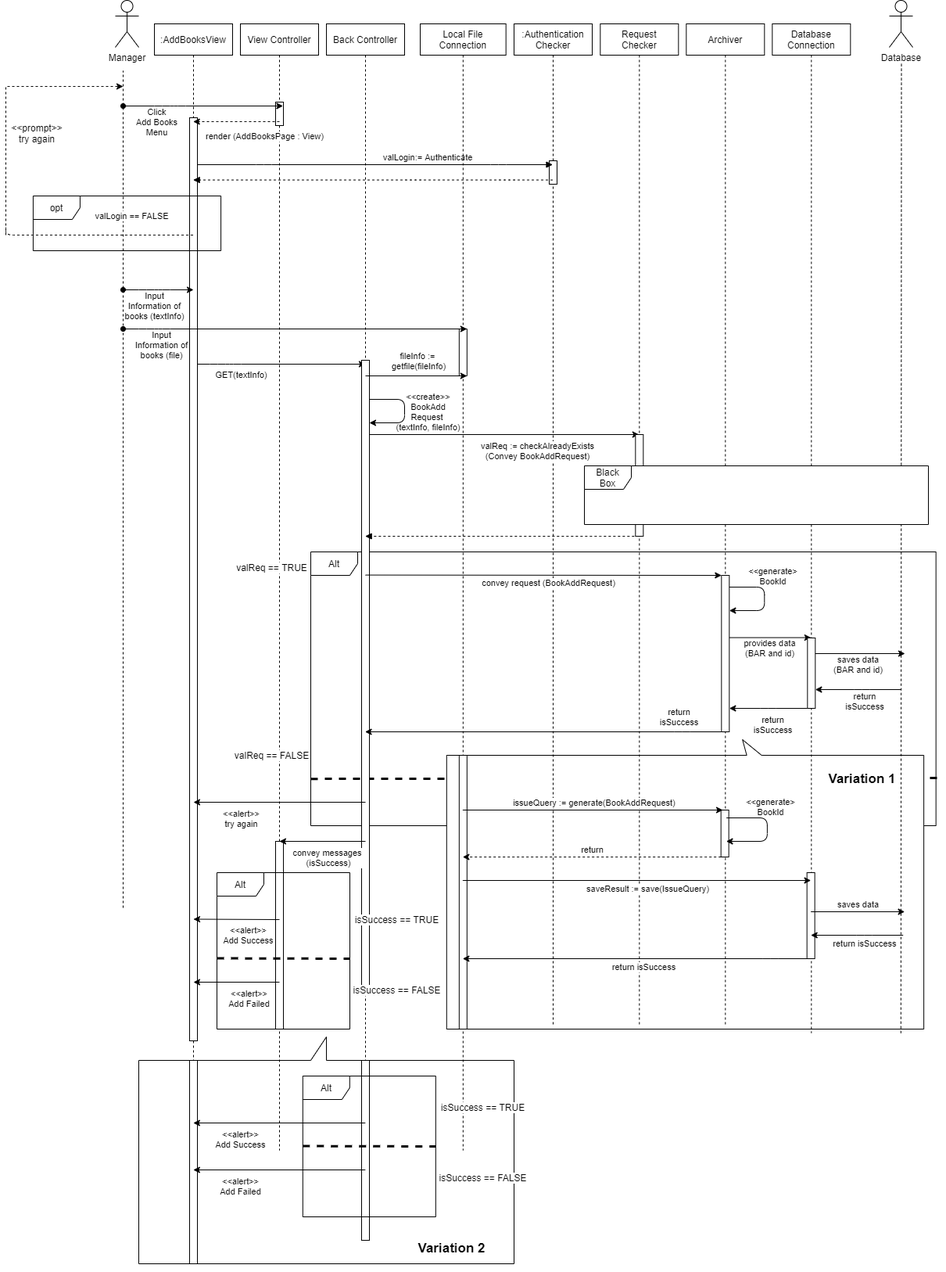
youngkwon02/Enhanced-library-management keeps this draw.io diagram as docs/SequenceDiagram/diagram_images/SD-UC-03.png. Above is the earlier version. Source tidied: cells renumbered, new cells last; positions are measured from the earlier drawing's top-left corner, leaving out a move shared by most shapes.
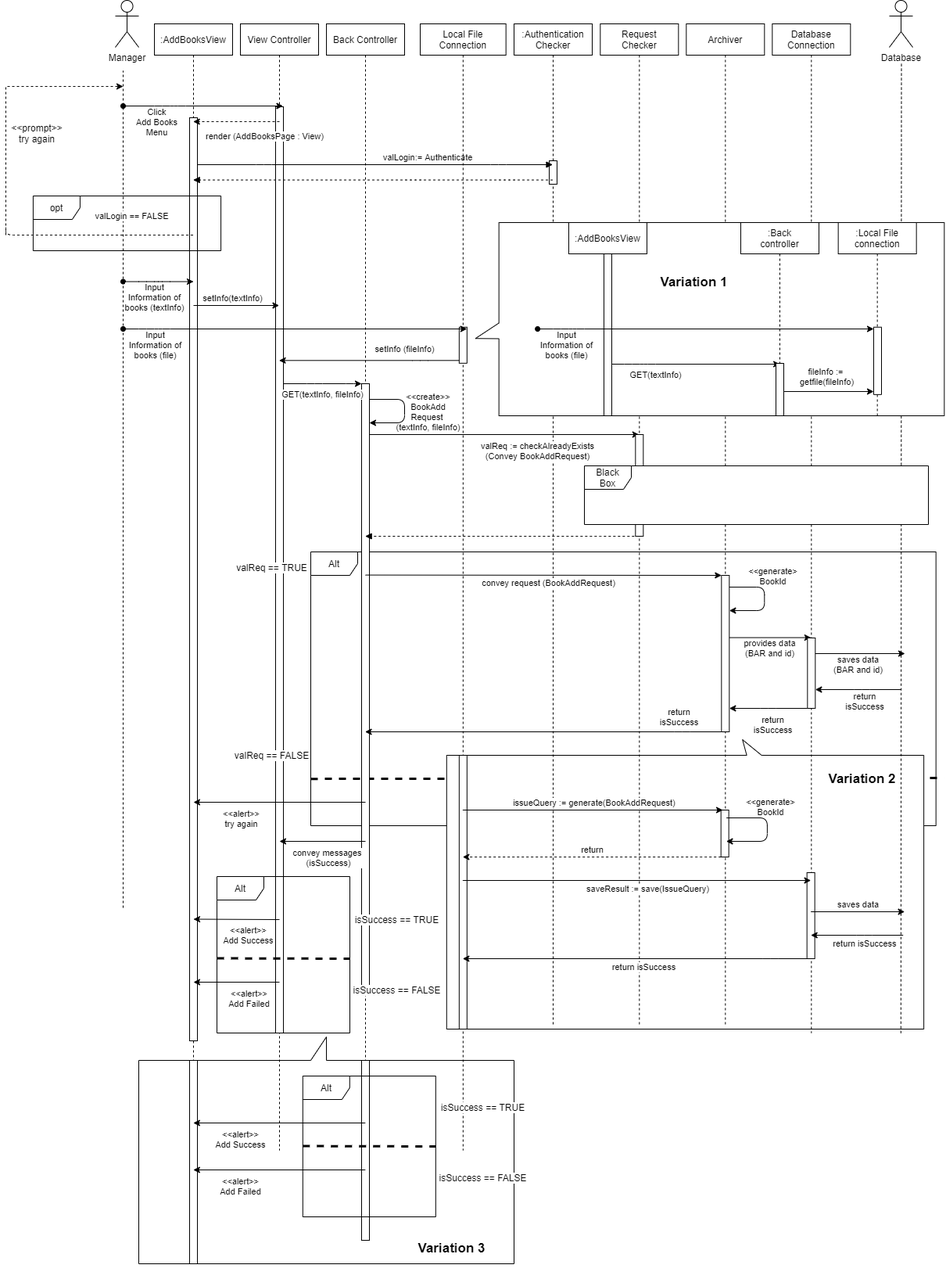
After the commit.

Diff of the diagram source:
```diff
@@ -16,21 +16,6 @@
     <mxCell id="5" style="shape=callout;whiteSpace=wrap;html=1;perimeter=calloutPerimeter;fontSize=17;fillColor=#ffffff;rotation=-180;" parent="1" vertex="1">
       <mxGeometry x="170" y="1325" width="480" height="290" as="geometry" />
     </mxCell>
-    <mxCell id="6" style="endArrow=classic;html=1;startArrow=none;startFill=0;strokeWidth=1;" parent="1" edge="1">
-      <mxGeometry relative="1" as="geometry">
-        <mxPoint x="240.1" y="465" as="sourcePoint" />
-        <mxPoint x="459.9" y="465" as="targetPoint" />
-        <Array as="points">
-          <mxPoint x="270.9" y="465" />
-          <mxPoint x="290.9" y="465" />
-        </Array>
-      </mxGeometry>
-    </mxCell>
-    <mxCell id="7" value="GET(textInfo)" style="edgeLabel;html=1;align=center;verticalAlign=middle;labelBorderColor=none;labelBackgroundColor=#ffffff;" parent="6" vertex="1">
-      <mxGeometry x="-0.17" y="-1" relative="1" as="geometry">
-        <mxPoint x="-32" y="12" as="offset" />
-      </mxGeometry>
-    </mxCell>
     <mxCell id="8" value=":Authentication&#10;Checker" style="shape=umlLifeline;perimeter=lifelinePerimeter;rounded=0;shadow=0;strokeWidth=1;" parent="1" vertex="1">
       <mxGeometry x="650" y="30" width="100" height="1280" as="geometry" />
     </mxCell>
@@ -50,11 +35,8 @@
       <mxGeometry x="300" y="30" width="100" height="1440" as="geometry" />
     </mxCell>
     <mxCell id="14" style="perimeter=orthogonalPerimeter;rounded=0;shadow=0;strokeWidth=1;" parent="13" vertex="1">
-      <mxGeometry x="45" y="100" width="10" height="30" as="geometry" />
+      <mxGeometry x="45" y="106" width="10" height="1184" as="geometry" />
     </mxCell>
-    <mxCell id="15" style="perimeter=orthogonalPerimeter;rounded=0;shadow=0;strokeWidth=1;" parent="13" vertex="1">
-      <mxGeometry x="45" y="1045" width="10" height="240" as="geometry" />
-    </mxCell>
     <mxCell id="16" value="valReq == FALSE" style="text;html=1;strokeColor=none;fillColor=none;align=center;verticalAlign=middle;rounded=0;labelBackgroundColor=#ffffff;" parent="13" vertex="1">
       <mxGeometry x="-30" y="905" width="140" height="60" as="geometry" />
     </mxCell>
@@ -75,7 +57,7 @@
       <mxGeometry x="410" y="30" width="100" height="1440" as="geometry" />
     </mxCell>
     <mxCell id="20" style="perimeter=orthogonalPerimeter;rounded=0;shadow=0;strokeWidth=1;" parent="19" vertex="1">
-      <mxGeometry x="45" y="430" width="10" height="805" as="geometry" />
+      <mxGeometry x="45" y="460" width="10" height="775" as="geometry" />
     </mxCell>
     <mxCell id="21" style="perimeter=orthogonalPerimeter;rounded=0;shadow=0;strokeWidth=1;" parent="19" vertex="1">
       <mxGeometry x="45" y="1325" width="10" height="230" as="geometry" />
@@ -84,9 +66,9 @@
       <mxGeometry x="530" y="30" width="109.7" height="1440" as="geometry" />
     </mxCell>
     <mxCell id="23" style="perimeter=orthogonalPerimeter;rounded=0;shadow=0;strokeWidth=1;direction=south;rotation=90;" parent="22" vertex="1">
-      <mxGeometry x="24.8" y="415" width="60" height="10" as="geometry" />
+      <mxGeometry x="31.8" y="405.8" width="46.1" height="10" as="geometry" />
     </mxCell>
-    <mxCell id="24" value="Variation 2" style="text;html=1;strokeColor=none;fillColor=none;align=center;verticalAlign=middle;rounded=0;labelBackgroundColor=#ffffff;fontSize=17;fontStyle=1;" parent="22" vertex="1">
+    <mxCell id="24" value="Variation 3" style="text;html=1;strokeColor=none;fillColor=none;align=center;verticalAlign=middle;rounded=0;labelBackgroundColor=#ffffff;fontSize=17;fontStyle=1;" parent="22" vertex="1">
       <mxGeometry x="-30.3" y="1535" width="140" height="60" as="geometry" />
     </mxCell>
     <mxCell id="25" style="perimeter=orthogonalPerimeter;rounded=0;shadow=0;strokeWidth=1;" parent="22" vertex="1">
@@ -109,11 +91,11 @@
     </mxCell>
     <mxCell id="28" style="endArrow=classic;html=1;startArrow=oval;startFill=1;" parent="1" edge="1">
       <mxGeometry relative="1" as="geometry">
-        <mxPoint x="150" y="370" as="sourcePoint" />
-        <mxPoint x="240" y="370" as="targetPoint" />
+        <mxPoint x="150" y="359.5" as="sourcePoint" />
+        <mxPoint x="240" y="359.5" as="targetPoint" />
         <Array as="points">
-          <mxPoint x="180" y="370" />
-          <mxPoint x="200" y="370" />
+          <mxPoint x="180" y="359.5" />
+          <mxPoint x="200" y="359.5" />
         </Array>
       </mxGeometry>
     </mxCell>
@@ -140,20 +122,9 @@
     </mxCell>
     <mxCell id="32" value="Input&lt;br&gt;Information of&lt;br&gt;books (file)" style="edgeLabel;html=1;align=center;verticalAlign=middle;" parent="31" vertex="1">
       <mxGeometry x="-0.17" y="-1" relative="1" as="geometry">
-        <mxPoint x="-135" y="19" as="offset" />
+        <mxPoint x="-143" y="19" as="offset" />
       </mxGeometry>
     </mxCell>
-    <mxCell id="33" style="endArrow=classic;html=1;" parent="1" edge="1">
-      <mxGeometry relative="1" as="geometry">
-        <mxPoint x="460" y="480" as="sourcePoint" />
-        <mxPoint x="589.8" y="480" as="targetPoint" />
-      </mxGeometry>
-    </mxCell>
-    <mxCell id="34" value="fileInfo := &lt;br&gt;getfile(fileInfo)" style="edgeLabel;html=1;align=center;verticalAlign=middle;" parent="33" vertex="1">
-      <mxGeometry x="0.85" y="-1" relative="1" as="geometry">
-        <mxPoint x="-52" y="-21" as="offset" />
-      </mxGeometry>
-    </mxCell>
     <mxCell id="35" style="endArrow=classic;html=1;edgeStyle=orthogonalEdgeStyle;" parent="1" edge="1">
       <mxGeometry relative="1" as="geometry">
         <mxPoint x="465" y="510" as="sourcePoint" />
@@ -394,7 +365,7 @@
       </mxGeometry>
     </mxCell>
     <mxCell id="80" value="Alt" style="shape=umlFrame;whiteSpace=wrap;html=1;labelBackgroundColor=#ffffff;fillColor=#FFFFFF;gradientColor=none;" parent="1" vertex="1">
-      <mxGeometry x="270" y="1115" width="170" height="200" as="geometry" />
+      <mxGeometry x="270" y="1120" width="170" height="200" as="geometry" />
     </mxCell>
     <mxCell id="81" style="endArrow=none;dashed=1;html=1;strokeWidth=3;" parent="1" edge="1">
       <mxGeometry relative="1" as="geometry">
@@ -486,7 +457,7 @@
         <mxPoint x="-71" y="13" as="offset" />
       </mxGeometry>
     </mxCell>
-    <mxCell id="98" value="Variation 1" style="text;html=1;strokeColor=none;fillColor=none;align=center;verticalAlign=middle;rounded=0;labelBackgroundColor=#ffffff;fontSize=17;fontStyle=1;" parent="1" vertex="1">
+    <mxCell id="98" value="Variation 2" style="text;html=1;strokeColor=none;fillColor=none;align=center;verticalAlign=middle;rounded=0;labelBackgroundColor=#ffffff;fontSize=17;fontStyle=1;" parent="1" vertex="1">
       <mxGeometry x="1024.7" y="965" width="140" height="60" as="geometry" />
     </mxCell>
     <mxCell id="99" style="endArrow=classic;html=1;dashed=1;" parent="1" edge="1">
@@ -555,5 +526,108 @@
     <mxCell id="109" value="valLogin == FALSE" style="edgeLabel;html=1;align=center;verticalAlign=middle;" parent="1" vertex="1">
       <mxGeometry x="160" y="275" as="geometry" />
     </mxCell>
+    <mxCell id="110" style="shape=callout;whiteSpace=wrap;html=1;perimeter=calloutPerimeter;position2=0.6;size=30;position=0.52;base=20;rotation=-180;direction=north;" parent="1" vertex="1">
+      <mxGeometry x="600.7" y="284" width="599.7" height="247" as="geometry" />
+    </mxCell>
+    <mxCell id="111" style="endArrow=classic;html=1;startArrow=none;startFill=0;strokeWidth=1;" parent="1" edge="1">
+      <mxGeometry relative="1" as="geometry">
+        <mxPoint x="770.3" y="465" as="sourcePoint" />
+        <mxPoint x="990.1" y="465" as="targetPoint" />
+        <Array as="points">
+          <mxPoint x="801.1" y="465" />
+          <mxPoint x="821.1" y="465" />
+        </Array>
+      </mxGeometry>
+    </mxCell>
+    <mxCell id="112" value="GET(textInfo)" style="edgeLabel;html=1;align=center;verticalAlign=middle;labelBorderColor=none;labelBackgroundColor=#ffffff;" parent="111" vertex="1">
+      <mxGeometry x="-0.17" y="-1" relative="1" as="geometry">
+        <mxPoint x="-32" y="12" as="offset" />
+      </mxGeometry>
+    </mxCell>
+    <mxCell id="113" style="endArrow=classic;html=1;" parent="1" edge="1">
+      <mxGeometry relative="1" as="geometry">
+        <mxPoint x="990.2" y="500" as="sourcePoint" />
+        <mxPoint x="1110" y="500" as="targetPoint" />
+      </mxGeometry>
+    </mxCell>
+    <mxCell id="34" value="fileInfo := &lt;br&gt;getfile(fileInfo)" style="edgeLabel;html=1;align=center;verticalAlign=middle;" parent="113" vertex="1">
+      <mxGeometry x="0.85" y="-1" relative="1" as="geometry">
+        <mxPoint x="-52" y="-21" as="offset" />
+      </mxGeometry>
+    </mxCell>
+    <mxCell id="114" value=":AddBooksView" style="shape=umlLifeline;perimeter=lifelinePerimeter;rounded=0;shadow=0;strokeWidth=1;" parent="1" vertex="1">
+      <mxGeometry x="720" y="284" width="100" height="247" as="geometry" />
+    </mxCell>
+    <mxCell id="115" style="perimeter=orthogonalPerimeter;rounded=0;shadow=0;strokeWidth=1;" parent="114" vertex="1">
+      <mxGeometry x="45" y="40" width="10" height="207" as="geometry" />
+    </mxCell>
+    <mxCell id="116" style="endArrow=classic;html=1;startArrow=oval;startFill=1;" parent="1" edge="1">
+      <mxGeometry relative="1" as="geometry">
+        <mxPoint x="680.2" y="420" as="sourcePoint" />
+        <mxPoint x="1110" y="420" as="targetPoint" />
+        <Array as="points">
+          <mxPoint x="710.2" y="420" />
+          <mxPoint x="730.2" y="420" />
+        </Array>
+      </mxGeometry>
+    </mxCell>
+    <mxCell id="117" value="Input&lt;br&gt;Information of&lt;br&gt;books (file)" style="edgeLabel;html=1;align=center;verticalAlign=middle;" parent="116" vertex="1">
+      <mxGeometry x="-0.17" y="-1" relative="1" as="geometry">
+        <mxPoint x="-143" y="19" as="offset" />
+      </mxGeometry>
+    </mxCell>
+    <mxCell id="118" value=":Back&#10;controller" style="shape=umlLifeline;perimeter=lifelinePerimeter;rounded=0;shadow=0;strokeWidth=1;" parent="1" vertex="1">
+      <mxGeometry x="940" y="284" width="100" height="247" as="geometry" />
+    </mxCell>
+    <mxCell id="119" style="perimeter=orthogonalPerimeter;rounded=0;shadow=0;strokeWidth=1;" parent="118" vertex="1">
+      <mxGeometry x="45" y="180" width="10" height="67" as="geometry" />
+    </mxCell>
+    <mxCell id="120" value=":Local File&#10;connection" style="shape=umlLifeline;perimeter=lifelinePerimeter;rounded=0;shadow=0;strokeWidth=1;" parent="1" vertex="1">
+      <mxGeometry x="1064.7" y="284" width="100" height="247" as="geometry" />
+    </mxCell>
+    <mxCell id="121" style="perimeter=orthogonalPerimeter;rounded=0;shadow=0;strokeWidth=1;direction=south;rotation=90;" parent="1" vertex="1">
+      <mxGeometry x="1072" y="455.8" width="86.1" height="10" as="geometry" />
+    </mxCell>
+    <mxCell id="122" value="Variation 1" style="text;html=1;strokeColor=none;fillColor=none;align=center;verticalAlign=middle;rounded=0;labelBackgroundColor=#ffffff;fontSize=17;fontStyle=1;" parent="1" vertex="1">
+      <mxGeometry x="810" y="330" width="140" height="60" as="geometry" />
+    </mxCell>
+    <mxCell id="6" style="endArrow=classic;html=1;startArrow=none;startFill=0;strokeWidth=1;" parent="1" edge="1">
+      <mxGeometry relative="1" as="geometry">
+        <mxPoint x="354.5" y="490" as="sourcePoint" />
+        <mxPoint x="455" y="490" as="targetPoint" />
+        <Array as="points">
+          <mxPoint x="395" y="490" />
+          <mxPoint x="445" y="490" />
+        </Array>
+      </mxGeometry>
+    </mxCell>
+    <mxCell id="7" value="GET(textInfo, fileInfo)" style="edgeLabel;html=1;align=center;verticalAlign=middle;labelBorderColor=none;labelBackgroundColor=#ffffff;" parent="6" vertex="1">
+      <mxGeometry x="-0.17" y="-1" relative="1" as="geometry">
+        <mxPoint x="8" y="12" as="offset" />
+      </mxGeometry>
+    </mxCell>
+    <mxCell id="123" style="endArrow=classic;html=1;" parent="1" edge="1" target="13">
+      <mxGeometry relative="1" as="geometry">
+        <mxPoint x="240" y="390" as="sourcePoint" />
+      </mxGeometry>
+    </mxCell>
+    <mxCell id="124" value="setInfo(textInfo)" style="edgeLabel;html=1;align=center;verticalAlign=middle;" parent="123" vertex="1">
+      <mxGeometry x="0.85" y="-1" relative="1" as="geometry">
+        <mxPoint x="-51" y="-11" as="offset" />
+      </mxGeometry>
+    </mxCell>
+    <mxCell id="125" style="endArrow=classic;html=1;" parent="1" edge="1" target="13">
+      <mxGeometry relative="1" as="geometry">
+        <mxPoint x="579.8" y="460.3" as="sourcePoint" />
+        <Array as="points">
+          <mxPoint x="529.8" y="460.3" />
+        </Array>
+      </mxGeometry>
+    </mxCell>
+    <mxCell id="126" value="setInfo (fileInfo)" style="edgeLabel;html=1;align=center;verticalAlign=middle;" parent="125" vertex="1">
+      <mxGeometry x="-0.36" y="-3" relative="1" as="geometry">
+        <mxPoint x="3" y="-12" as="offset" />
+      </mxGeometry>
+    </mxCell>
   </root>
 </mxGraphModel>
```
